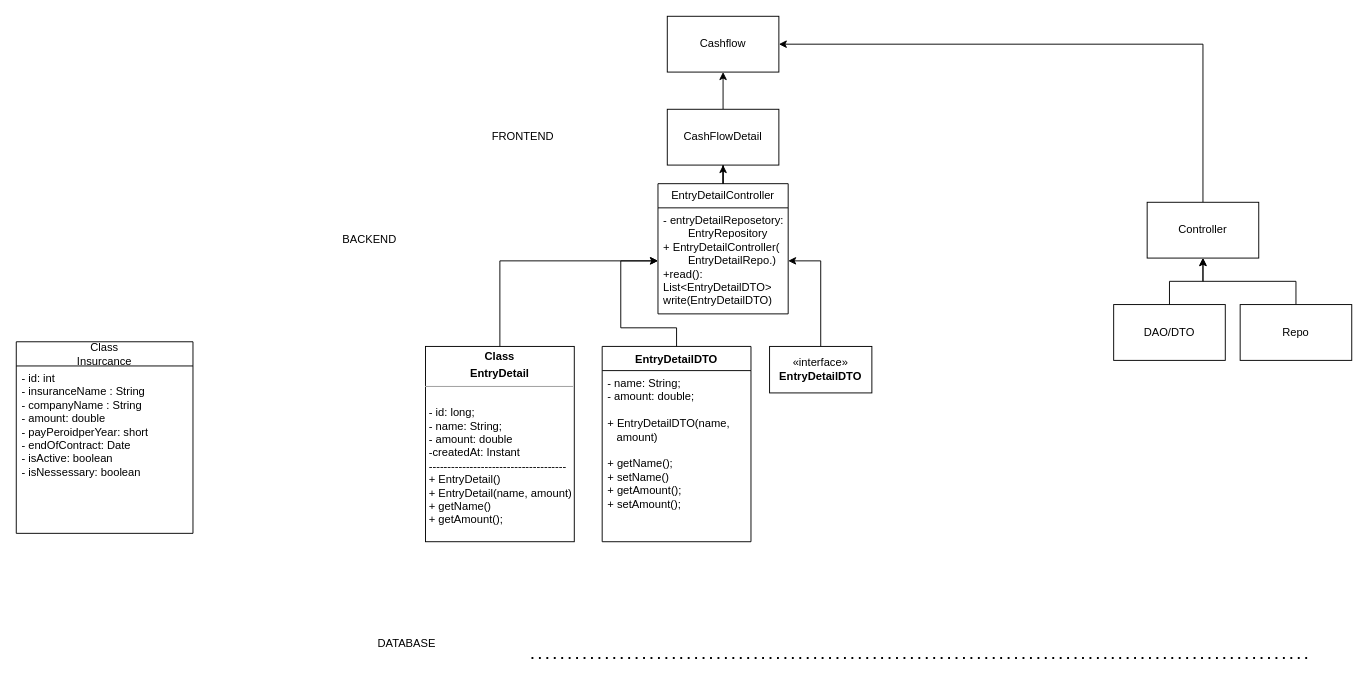
The draw.io diagram Backend.drawio in MBundel/budgetPlanner, before the edit. Source tidied: cells renumbered, new cells numbered last; positions are measured from the earlier drawing's top-left corner, leaving out a move shared by most shapes. Both pictures are drawn from the tidied source at 93%, with x=0, y=0 at pixel (16, 16).
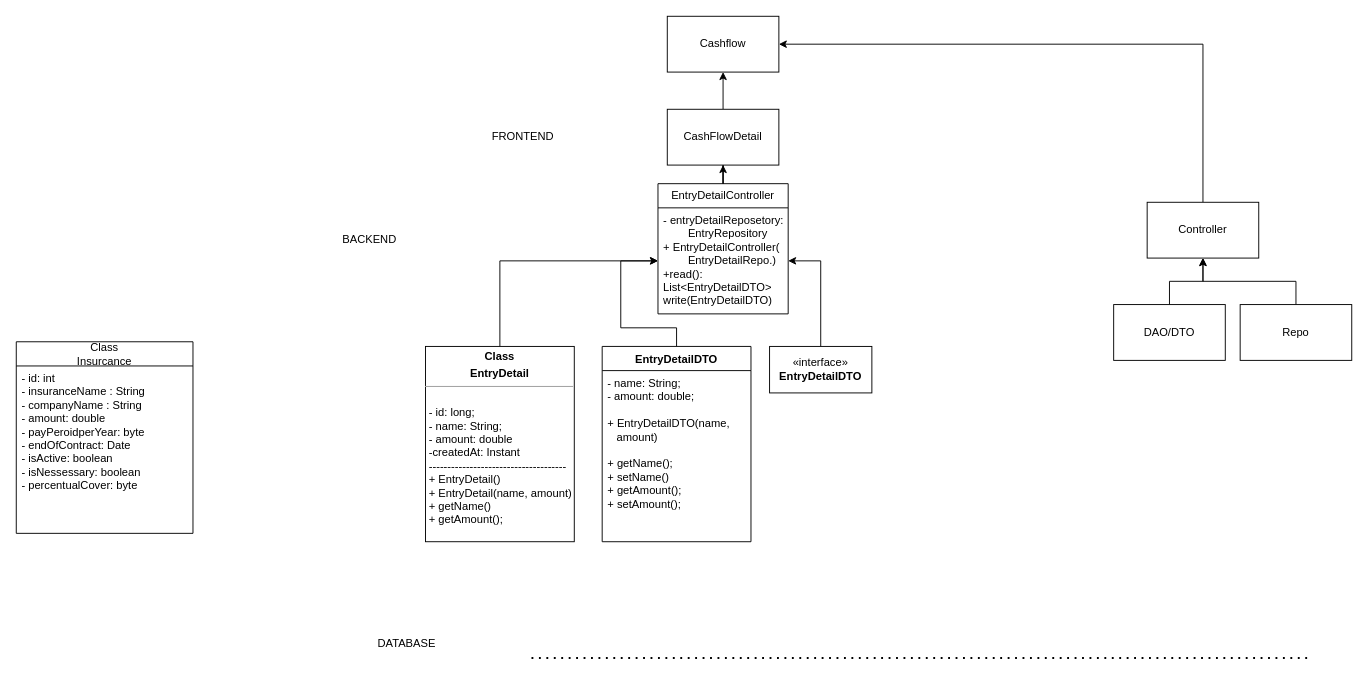
Above is the later version.

Commit message:
backend insurcane 0.9.1

The change refers to these unchanged cells:
```xml
<mxCell id="25" value="Class&lt;br&gt;Insurcance" style="swimlane;fontStyle=0;horizontal=1;startSize=26;fillColor=none;whiteSpace=wrap;html=1;" parent="1" vertex="1">
  <mxGeometry y="350" width="190" height="206" as="geometry" />
</mxCell>
```

What changed in the source:
```diff
@@
-    <mxCell id="26" value="- id: int&amp;nbsp;&lt;br&gt;- insuranceName : String&lt;br&gt;- companyName : String&lt;br&gt;- amount: double&lt;br&gt;- payPeroidperYear: short&lt;br&gt;- endOfContract: Date&lt;br&gt;- isActive: boolean&lt;br&gt;- isNessessary: boolean" style="text;strokeColor=none;fillColor=none;align=left;verticalAlign=top;spacingLeft=4;spacingRight=4;overflow=hidden;whiteSpace=wrap;html=1;" parent="25" vertex="1">
-      <mxGeometry y="26" width="190" height="180" as="geometry" />
+    <mxCell id="26" value="- id: int&amp;nbsp;&lt;br&gt;- insuranceName : String&lt;br&gt;- companyName : String&lt;br&gt;- amount: double&lt;br&gt;- payPeroidperYear: byte&lt;br&gt;- endOfContract: Date&lt;br&gt;- isActive: boolean&lt;br&gt;- isNessessary: boolean&lt;br&gt;- percentualCover: byte" style="text;strokeColor=none;fillColor=none;align=left;verticalAlign=top;spacingLeft=4;spacingRight=4;overflow=hidden;whiteSpace=wrap;html=1;" parent="1" vertex="1">
+      <mxGeometry y="376" width="190" height="180" as="geometry" />
     </mxCell>
```
